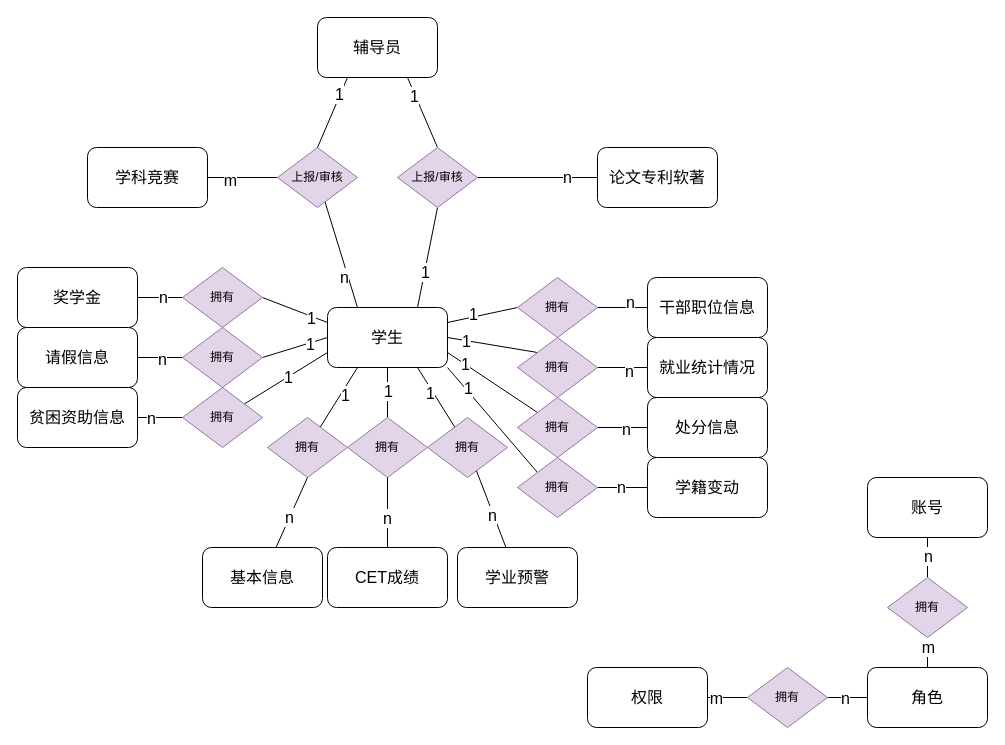
Above: map/swms-er.drawio in msqtt/Sources (draw.io), before the change. Source tidied: cells renumbered, new cells numbered last; positions are measured from the earlier drawing's top-left corner, leaving out a move shared by most shapes. Both pictures are drawn from the tidied source at 100%, with x=0, y=0 at pixel (17, 17).
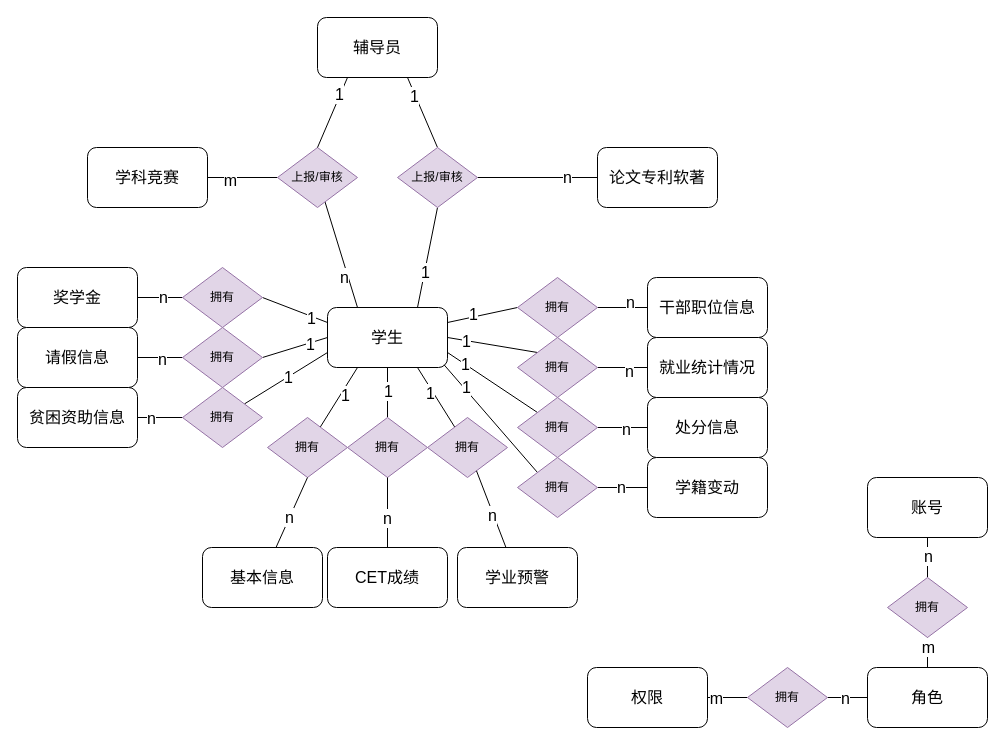
The same diagram, later.

The change refers to these unchanged cells:
```xml
<mxCell id="36" value="学生" style="rounded=1;whiteSpace=wrap;html=1;fontSize=16;" parent="1" vertex="1">
  <mxGeometry x="310" y="290" width="120" height="60" as="geometry" />
</mxCell>
<mxCell id="91" value="拥有" style="rhombus;whiteSpace=wrap;html=1;fontSize=12;rounded=0;fillColor=#e1d5e7;strokeColor=#9673a6;" parent="1" vertex="1">
  <mxGeometry x="500" y="440" width="80" height="60" as="geometry" />
</mxCell>
```

Change to the diagram source:
```diff
@@
-    <mxCell id="89" style="rounded=1;jettySize=auto;html=1;exitX=0;exitY=0;exitDx=0;exitDy=0;entryX=1;entryY=1;entryDx=0;entryDy=0;endArrow=none;endFill=0;" parent="1" edge="1" source="91" target="36">
+    <mxCell id="89" style="rounded=1;jettySize=auto;html=1;exitX=0;exitY=0;exitDx=0;exitDy=0;entryX=0.972;entryY=0.956;entryDx=0;entryDy=0;endArrow=none;endFill=0;entryPerimeter=0;" parent="1" edge="1" source="91" target="36">
       <mxGeometry relative="1" as="geometry" />
     </mxCell>
```
